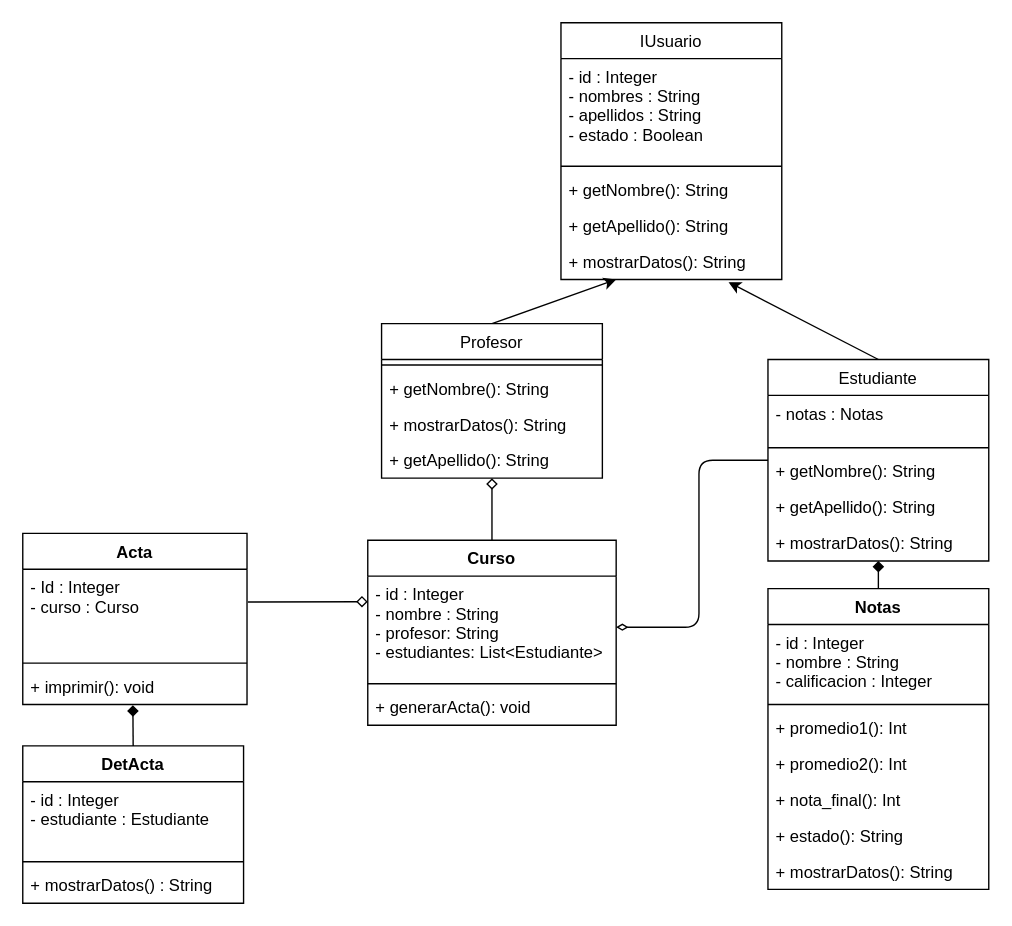
Earlier version of the draw.io diagram Taller 1/diseño/diagrama.drawio (aterana3/Python-4to-semestre). Source tidied: cells renumbered, new cells numbered last; positions are measured from the earlier drawing's top-left corner, leaving out a move shared by most shapes. Both pictures are drawn from the tidied source at 138%, with x=0, y=0 at pixel (22, 22).
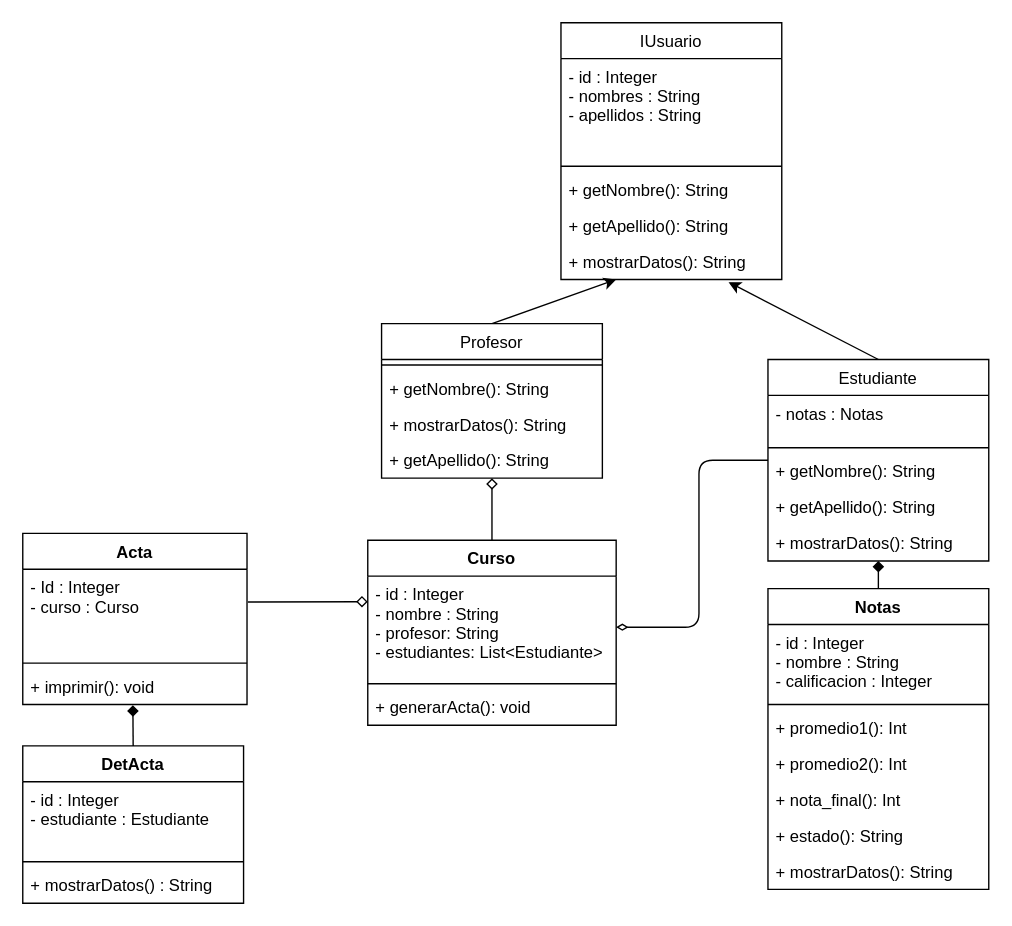
After the change.

The change refers to these unchanged cells:
```xml
<mxCell id="2" value="IUsuario" style="swimlane;fontStyle=0;align=center;verticalAlign=top;horizontal=1;startSize=26;" parent="1" vertex="1">
  <mxGeometry x="390" width="160" height="186" as="geometry" />
</mxCell>
```

Change to the diagram source:
```diff
@@
-    <mxCell id="3" value="- id : Integer&#10;- nombres : String&#10;- apellidos : String&#10;- estado : Boolean" style="text;strokeColor=none;fillColor=none;align=left;verticalAlign=top;spacingLeft=4;spacingRight=4;overflow=hidden;" parent="2" vertex="1">
+    <mxCell id="3" value="- id : Integer&#10;- nombres : String&#10;- apellidos : String" style="text;strokeColor=none;fillColor=none;align=left;verticalAlign=top;spacingLeft=4;spacingRight=4;overflow=hidden;" parent="2" vertex="1">
       <mxGeometry y="26" width="160" height="74" as="geometry" />
     </mxCell>
```
